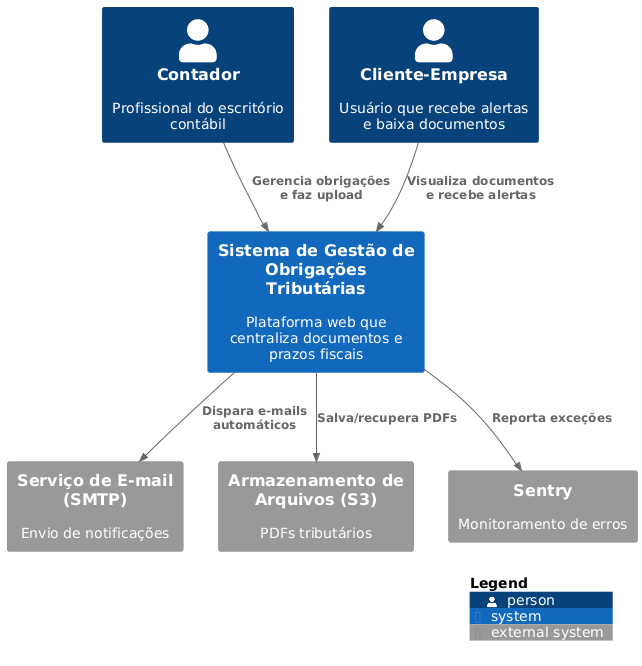
edsonpolucena/CatolicaSC-Porfolio keeps this PlantUML diagram as diagrams/diagrama de contexto.png. Above is the earlier version.
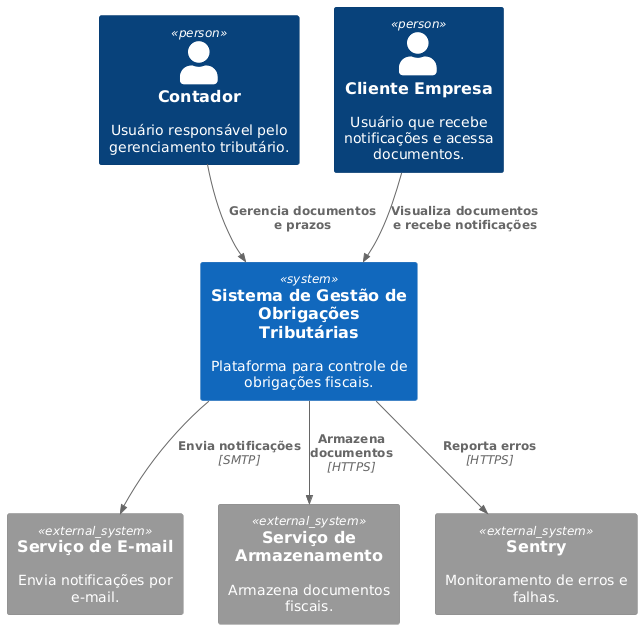
After the change.

Commit message:
Atualizacao diagrama de contexto

The edit, as a diff of the source:
```diff
@@ -1,20 +1,17 @@
 @startuml
 !includeurl https://raw.githubusercontent.com/plantuml-stdlib/C4-PlantUML/master/C4_Context.puml
-Person(contador,        "Contador",        "Profissional do escritório contábil")
-Person(cliente,         "Cliente-Empresa", "Usuário que recebe alertas e baixa documentos")
 
-System(sgot, "Sistema de Gestão de Obrigações Tributárias", "Plataforma web que centraliza documentos e prazos fiscais")
+Person(contador, "Contador", "Usuário responsável pelo gerenciamento tributário.")
+Person(cliente, "Cliente Empresa", "Usuário que recebe notificações e acessa documentos.")
+System(sistema, "Sistema de Gestão de Obrigações Tributárias", "Plataforma para controle de obrigações fiscais.")
 
-System_Ext(emailSvc,  "Serviço de E-mail (SMTP)",     "Envio de notificações")
-System_Ext(storageSvc,"Armazenamento de Arquivos (S3)","PDFs tributários")
-System_Ext(sentry,    "Sentry",                      "Monitoramento de erros")
+System_Ext(email, "Serviço de E-mail", "Envia notificações por e-mail.")
+System_Ext(storage, "Serviço de Armazenamento", "Armazena documentos fiscais.")
+System_Ext(sentry, "Sentry", "Monitoramento de erros e falhas.")
 
-Rel(contador, sgot, "Gerencia obrigações e faz upload")
-Rel(cliente,  sgot, "Visualiza documentos e recebe alertas")
-
-Rel(sgot, emailSvc,  "Dispara e-mails automáticos")
-Rel(sgot, storageSvc,"Salva/recupera PDFs")
-Rel(sgot, sentry,    "Reporta exceções")
-
-SHOW_LEGEND()
+Rel(contador, sistema, "Gerencia documentos e prazos")
+Rel(cliente, sistema, "Visualiza documentos e recebe notificações")
+Rel(sistema, email, "Envia notificações", "SMTP")
+Rel(sistema, storage, "Armazena documentos", "HTTPS")
+Rel(sistema, sentry, "Reporta erros", "HTTPS")
 @enduml
```
